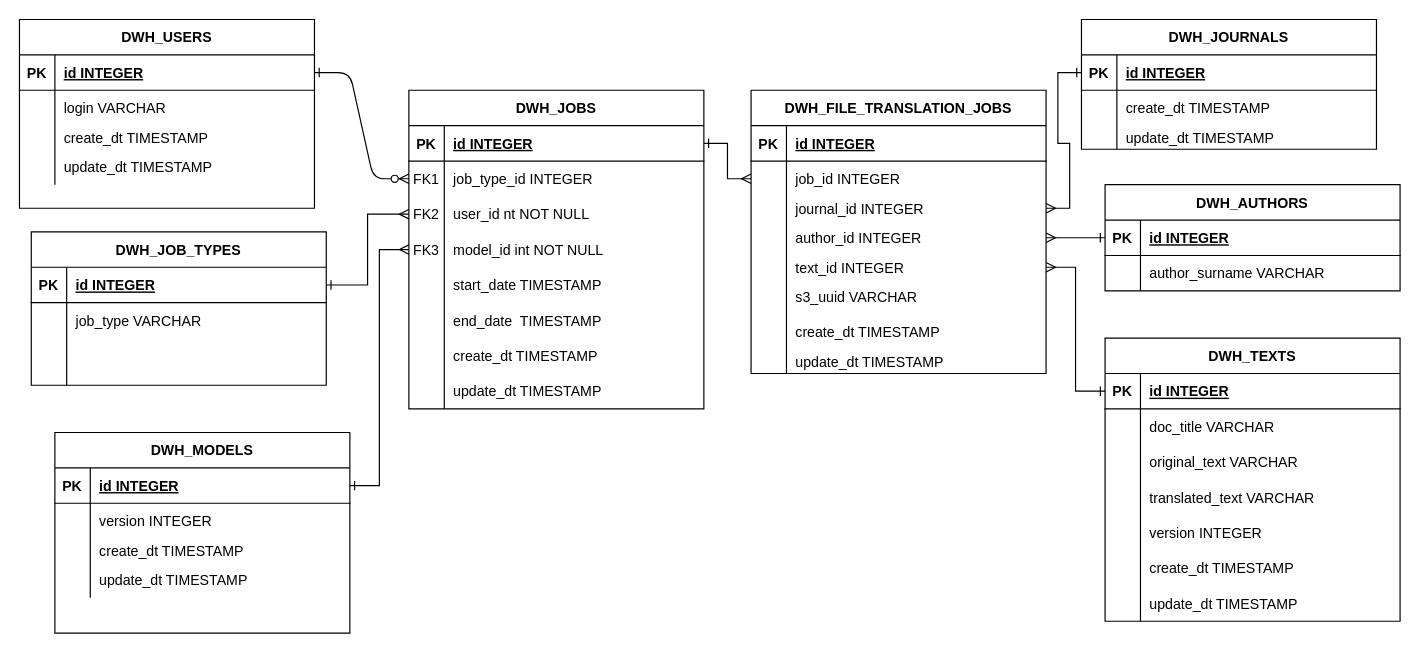
Before: Untitled Diagram.drawio in Dimildizio/system_design, a draw.io diagram. Source tidied: cells renumbered, new cells numbered last; positions are measured from the earlier drawing's top-left corner, leaving out a move shared by most shapes. Both pictures are drawn from the tidied source at 118%, with x=0, y=0 at pixel (19, 19).
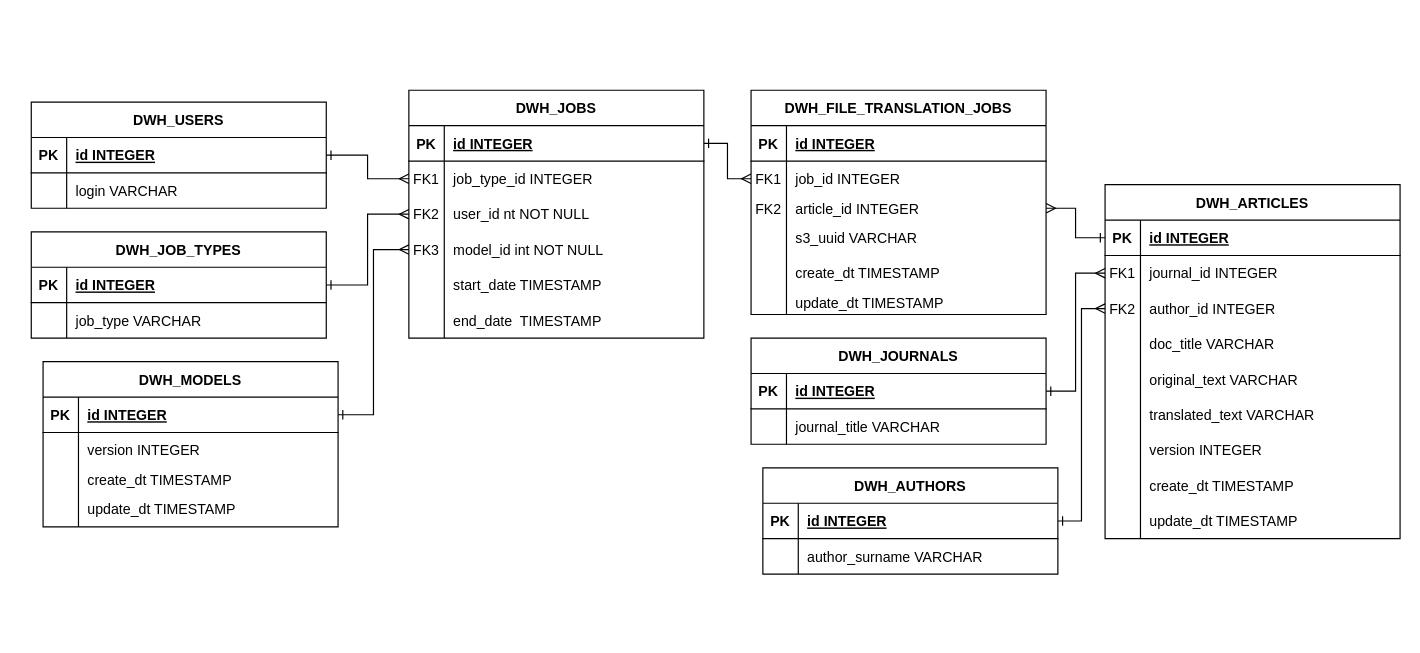
The same diagram, later.

Commit message:
docs(db): update ERD for articles

Unchanged cells that the change refers to:
```xml
<mxCell id="7" style="shape=partialRectangle;fillColor=none;points=[[0,0.5],[1,0.5]];portConstraint=eastwest;top=0;left=0;right=0;bottom=0;" parent="3" vertex="1">
  <mxGeometry y="60" width="250" height="30" as="geometry" />
</mxCell>
<mxCell id="29" style="shape=partialRectangle;fillColor=none;points=[[0,0.5],[1,0.5]];portConstraint=eastwest;top=0;left=0;right=0;bottom=1;" parent="28" vertex="1">
  <mxGeometry y="30" width="250" height="30" as="geometry" />
</mxCell>
<mxCell id="70" style="shape=partialRectangle;fillColor=none;points=[[0,0.5],[1,0.5]];portConstraint=eastwest;top=0;left=0;right=0;bottom=1;" parent="69" vertex="1">
  <mxGeometry y="30" width="250" height="30" as="geometry" />
</mxCell>
<mxCell id="73" style="shape=partialRectangle;fillColor=none;top=0;left=0;right=0;bottom=0;" parent="69" vertex="1">
  <mxGeometry y="60" width="250" height="30" as="geometry" />
</mxCell>
<mxCell id="80" style="shape=partialRectangle;fillColor=none;points=[[0,0.5],[1,0.5]];portConstraint=eastwest;top=0;left=0;right=0;bottom=1;" parent="79" vertex="1">
  <mxGeometry y="30" width="250" height="30" as="geometry" />
</mxCell>
<mxCell id="90" style="shape=partialRectangle;fillColor=none;points=[[0,0.5],[1,0.5]];portConstraint=eastwest;top=0;left=0;right=0;bottom=0;" parent="86" vertex="1">
  <mxGeometry y="60" width="250" height="30" as="geometry" />
</mxCell>
<mxCell id="112" style="shape=partialRectangle;fillColor=none;points=[[0,0.5],[1,0.5]];portConstraint=eastwest;top=0;left=0;right=0;bottom=0;" parent="108" vertex="1">
  <mxGeometry y="60" width="250" height="30" as="geometry" />
</mxCell>
```

The edit, as a diff of the source:
```diff
@@
-    <mxCell id="2" style="edgeStyle=entityRelationEdgeStyle;endArrow=ERzeroToMany;startArrow=ERone;endFill=1;startFill=0;" parent="1" edge="1" source="29" target="7">
-      <mxGeometry relative="1" as="geometry" />
-    </mxCell>
     <mxCell id="3" value="DWH_JOBS" style="shape=table;startSize=30;childLayout=tableLayout;rowLines=0;fontStyle=1;align=center;" parent="1" vertex="1">
-      <mxGeometry x="330" y="60" width="250" height="270" as="geometry" />
+      <mxGeometry x="330" y="60" width="250" height="210" as="geometry" />
     </mxCell>
@@
-    <mxCell id="22" style="shape=partialRectangle;fillColor=none;top=0;left=0;right=0;bottom=0;" parent="3" vertex="1">
-      <mxGeometry y="210" width="250" height="30" as="geometry" />
-    </mxCell>
-    <mxCell id="23" style="shape=partialRectangle;overflow=hidden;fillColor=none;top=0;left=0;bottom=0;right=0;" parent="22" vertex="1">
-      <mxGeometry width="30" height="30" as="geometry" />
-    </mxCell>
-    <mxCell id="24" value="create_dt TIMESTAMP" style="shape=partialRectangle;overflow=hidden;fillColor=none;top=0;left=0;bottom=0;right=0;align=left;spacingLeft=6;" parent="22" vertex="1">
-      <mxGeometry x="30" width="220" height="30" as="geometry" />
-    </mxCell>
-    <mxCell id="25" style="shape=partialRectangle;fillColor=none;top=0;left=0;right=0;bottom=0;" parent="3" vertex="1">
-      <mxGeometry y="240" width="250" height="30" as="geometry" />
-    </mxCell>
-    <mxCell id="26" style="shape=partialRectangle;overflow=hidden;fillColor=none;top=0;left=0;bottom=0;right=0;" parent="25" vertex="1">
-      <mxGeometry width="30" height="30" as="geometry" />
-    </mxCell>
-    <mxCell id="27" value="update_dt TIMESTAMP" style="shape=partialRectangle;overflow=hidden;fillColor=none;top=0;left=0;bottom=0;right=0;align=left;spacingLeft=6;" parent="25" vertex="1">
-      <mxGeometry x="30" width="220" height="30" as="geometry" />
-    </mxCell>
     <mxCell id="28" value="DWH_USERS" style="shape=table;startSize=30;childLayout=tableLayout;rowLines=0;fontStyle=1;align=center;" parent="1" vertex="1">
-      <mxGeometry width="250" height="160" as="geometry" />
+      <mxGeometry x="10" y="70" width="250" height="90" as="geometry" />
     </mxCell>
@@
-    <mxCell id="35" style="shape=partialRectangle;fillColor=none;top=0;left=0;right=0;bottom=0;" parent="28" vertex="1">
-      <mxGeometry y="90" width="250" height="20" as="geometry" />
-    </mxCell>
-    <mxCell id="36" style="shape=partialRectangle;overflow=hidden;fillColor=none;top=0;left=0;bottom=0;right=0;" parent="35" vertex="1">
-      <mxGeometry width="30" height="20" as="geometry" />
-    </mxCell>
-    <mxCell id="37" value="create_dt TIMESTAMP" style="shape=partialRectangle;overflow=hidden;fillColor=none;top=0;left=0;bottom=0;right=0;align=left;spacingLeft=6;" parent="35" vertex="1">
-      <mxGeometry x="30" width="220" height="20" as="geometry" />
-    </mxCell>
-    <mxCell id="38" style="shape=partialRectangle;fillColor=none;top=0;left=0;right=0;bottom=0;" parent="28" vertex="1">
-      <mxGeometry y="110" width="250" height="30" as="geometry" />
-    </mxCell>
-    <mxCell id="39" style="shape=partialRectangle;overflow=hidden;fillColor=none;top=0;left=0;bottom=0;right=0;" parent="38" vertex="1">
-      <mxGeometry width="30" height="30" as="geometry" />
-    </mxCell>
-    <mxCell id="40" value="update_dt TIMESTAMP" style="shape=partialRectangle;overflow=hidden;fillColor=none;top=0;left=0;bottom=0;right=0;align=left;spacingLeft=6;" parent="38" vertex="1">
-      <mxGeometry x="30" width="220" height="30" as="geometry" />
-    </mxCell>
     <mxCell id="41" value="DWH_JOB_TYPES" style="shape=table;startSize=30;childLayout=tableLayout;rowLines=0;fontStyle=1;align=center;" parent="1" vertex="1">
-      <mxGeometry x="10" y="180" width="250" height="130" as="geometry" />
+      <mxGeometry x="10" y="180" width="250" height="90" as="geometry" />
     </mxCell>
@@
-    <mxCell id="48" style="shape=partialRectangle;fillColor=none;top=0;left=0;right=0;bottom=0;" parent="41" vertex="1">
-      <mxGeometry y="90" width="250" height="20" as="geometry" />
-    </mxCell>
-    <mxCell id="49" style="shape=partialRectangle;overflow=hidden;fillColor=none;top=0;left=0;bottom=0;right=0;" parent="48" vertex="1">
-      <mxGeometry width="30" height="20" as="geometry" />
-    </mxCell>
-    <mxCell id="50" style="shape=partialRectangle;overflow=hidden;fillColor=none;top=0;left=0;bottom=0;right=0;align=left;spacingLeft=6;" parent="48" vertex="1">
-      <mxGeometry x="30" width="220" height="20" as="geometry" />
-    </mxCell>
-    <mxCell id="51" style="shape=partialRectangle;fillColor=none;top=0;left=0;right=0;bottom=0;" parent="41" vertex="1">
-      <mxGeometry y="110" width="250" height="20" as="geometry" />
-    </mxCell>
-    <mxCell id="52" style="shape=partialRectangle;overflow=hidden;fillColor=none;top=0;left=0;bottom=0;right=0;" parent="51" vertex="1">
-      <mxGeometry width="30" height="20" as="geometry" />
-    </mxCell>
-    <mxCell id="53" style="shape=partialRectangle;overflow=hidden;fillColor=none;top=0;left=0;bottom=0;right=0;align=left;spacingLeft=6;" parent="51" vertex="1">
-      <mxGeometry x="30" width="220" height="20" as="geometry" />
-    </mxCell>
-    <mxCell id="54" value="DWH_MODELS" style="shape=table;startSize=30;childLayout=tableLayout;rowLines=0;fontStyle=1;align=center;" parent="1" vertex="1">
-      <mxGeometry x="30" y="350" width="250" height="170" as="geometry" />
+    <mxCell id="54" value="DWH_MODELS" style="shape=table;startSize=30;childLayout=tableLayout;rowLines=0;fontStyle=1;align=center;rotation=0;" parent="1" vertex="1">
+      <mxGeometry x="20" y="290" width="250" height="140" as="geometry" />
     </mxCell>
@@
     <mxCell id="69" value="DWH_JOURNALS" style="shape=table;startSize=30;childLayout=tableLayout;rowLines=0;fontStyle=1;align=center;" parent="1" vertex="1">
-      <mxGeometry x="900" width="250" height="110" as="geometry" />
+      <mxGeometry x="620" y="270" width="250" height="90" as="geometry" />
     </mxCell>
@@
-    <mxCell id="75" value="create_dt TIMESTAMP" style="shape=partialRectangle;overflow=hidden;fillColor=none;top=0;left=0;bottom=0;right=0;align=left;spacingLeft=6;" parent="73" vertex="1">
+    <mxCell id="75" value="journal_title VARCHAR" style="shape=partialRectangle;overflow=hidden;fillColor=none;top=0;left=0;bottom=0;right=0;align=left;spacingLeft=6;" parent="73" vertex="1">
       <mxGeometry x="30" width="220" height="30" as="geometry" />
     </mxCell>
-    <mxCell id="76" style="shape=partialRectangle;fillColor=none;top=0;left=0;right=0;bottom=0;" parent="69" vertex="1">
-      <mxGeometry y="90" width="250" height="20" as="geometry" />
-    </mxCell>
-    <mxCell id="77" style="shape=partialRectangle;overflow=hidden;fillColor=none;top=0;left=0;bottom=0;right=0;" parent="76" vertex="1">
-      <mxGeometry width="30" height="20" as="geometry" />
-    </mxCell>
-    <mxCell id="78" value="update_dt TIMESTAMP" style="shape=partialRectangle;overflow=hidden;fillColor=none;top=0;left=0;bottom=0;right=0;align=left;spacingLeft=6;" parent="76" vertex="1">
-      <mxGeometry x="30" width="220" height="20" as="geometry" />
-    </mxCell>
     <mxCell id="79" value="DWH_AUTHORS" style="shape=table;startSize=30;childLayout=tableLayout;rowLines=0;fontStyle=1;align=center;" parent="1" vertex="1">
-      <mxGeometry x="920" y="140" width="250" height="90" as="geometry" />
+      <mxGeometry x="630" y="380" width="250" height="90" as="geometry" />
     </mxCell>
@@
-    <mxCell id="86" value="DWH_TEXTS" style="shape=table;startSize=30;childLayout=tableLayout;rowLines=0;fontStyle=1;align=center;rotation=0;" parent="1" vertex="1">
-      <mxGeometry x="920" y="270" width="250" height="240" as="geometry" />
+    <mxCell id="86" value="DWH_ARTICLES" style="shape=table;startSize=30;childLayout=tableLayout;rowLines=0;fontStyle=1;align=center;rotation=0;" parent="1" vertex="1">
+      <mxGeometry x="920" y="140" width="250" height="300" as="geometry" />
     </mxCell>
@@
-    <mxCell id="91" style="shape=partialRectangle;overflow=hidden;fillColor=none;top=0;left=0;bottom=0;right=0;" parent="90" vertex="1">
+    <mxCell id="91" value="FK1" style="shape=partialRectangle;overflow=hidden;fillColor=none;top=0;left=0;bottom=0;right=0;" parent="90" vertex="1">
       <mxGeometry width="30" height="30" as="geometry" />
     </mxCell>
-    <mxCell id="92" value="doc_title VARCHAR" style="shape=partialRectangle;overflow=hidden;fillColor=none;top=0;left=0;bottom=0;right=0;align=left;spacingLeft=6;" parent="90" vertex="1">
+    <mxCell id="92" value="journal_id INTEGER" style="shape=partialRectangle;overflow=hidden;fillColor=none;top=0;left=0;bottom=0;right=0;align=left;spacingLeft=6;" parent="90" vertex="1">
       <mxGeometry x="30" width="220" height="30" as="geometry" />
     </mxCell>
+    <mxCell id="137" style="shape=partialRectangle;fillColor=none;points=[[0,0.5],[1,0.5]];portConstraint=eastwest;top=0;left=0;right=0;bottom=0;" parent="86" vertex="1">
+      <mxGeometry y="90" width="250" height="30" as="geometry" />
+    </mxCell>
+    <mxCell id="138" value="FK2" style="shape=partialRectangle;overflow=hidden;fillColor=none;top=0;left=0;bottom=0;right=0;" parent="137" vertex="1">
+      <mxGeometry width="30" height="30" as="geometry" />
+    </mxCell>
+    <mxCell id="120" value="author_id INTEGER" style="shape=partialRectangle;overflow=hidden;fillColor=none;top=0;left=0;bottom=0;right=0;align=left;spacingLeft=6;" parent="137" vertex="1">
+      <mxGeometry x="30" width="220" height="30" as="geometry" />
+    </mxCell>
+    <mxCell id="139" style="shape=partialRectangle;fillColor=none;top=0;left=0;right=0;bottom=0;" parent="86" vertex="1">
+      <mxGeometry y="120" width="250" height="30" as="geometry" />
+    </mxCell>
+    <mxCell id="140" style="shape=partialRectangle;overflow=hidden;fillColor=none;top=0;left=0;bottom=0;right=0;" parent="139" vertex="1">
+      <mxGeometry width="30" height="30" as="geometry" />
+    </mxCell>
+    <mxCell id="141" value="doc_title VARCHAR" style="shape=partialRectangle;overflow=hidden;fillColor=none;top=0;left=0;bottom=0;right=0;align=left;spacingLeft=6;" parent="139" vertex="1">
+      <mxGeometry x="30" width="220" height="30" as="geometry" />
+    </mxCell>
     <mxCell id="93" style="shape=partialRectangle;fillColor=none;top=0;left=0;right=0;bottom=0;" parent="86" vertex="1">
-      <mxGeometry y="90" width="250" height="30" as="geometry" />
+      <mxGeometry y="150" width="250" height="30" as="geometry" />
     </mxCell>
@@
     <mxCell id="96" style="shape=partialRectangle;fillColor=none;top=0;left=0;right=0;bottom=0;" parent="86" vertex="1">
-      <mxGeometry y="120" width="250" height="30" as="geometry" />
+      <mxGeometry y="180" width="250" height="30" as="geometry" />
     </mxCell>
@@
     <mxCell id="99" style="shape=partialRectangle;fillColor=none;top=0;left=0;right=0;bottom=0;" parent="86" vertex="1">
-      <mxGeometry y="150" width="250" height="30" as="geometry" />
+      <mxGeometry y="210" width="250" height="30" as="geometry" />
     </mxCell>
@@
     <mxCell id="102" style="shape=partialRectangle;fillColor=none;top=0;left=0;right=0;bottom=0;" parent="86" vertex="1">
-      <mxGeometry y="180" width="250" height="30" as="geometry" />
+      <mxGeometry y="240" width="250" height="30" as="geometry" />
     </mxCell>
@@
     <mxCell id="105" style="shape=partialRectangle;fillColor=none;top=0;left=0;right=0;bottom=0;" parent="86" vertex="1">
-      <mxGeometry y="210" width="250" height="30" as="geometry" />
+      <mxGeometry y="270" width="250" height="30" as="geometry" />
     </mxCell>
@@
     <mxCell id="108" value="DWH_FILE_TRANSLATION_JOBS" style="shape=table;startSize=30;childLayout=tableLayout;rowLines=0;fontStyle=1;align=center;" parent="1" vertex="1">
-      <mxGeometry x="620" y="60" width="250" height="240" as="geometry" />
+      <mxGeometry x="620" y="60" width="250" height="190" as="geometry" />
     </mxCell>
@@
-    <mxCell id="113" style="shape=partialRectangle;overflow=hidden;fillColor=none;top=0;left=0;bottom=0;right=0;" parent="112" vertex="1">
+    <mxCell id="113" value="FK1" style="shape=partialRectangle;overflow=hidden;fillColor=none;top=0;left=0;bottom=0;right=0;" parent="112" vertex="1">
       <mxGeometry width="30" height="30" as="geometry" />
     </mxCell>
@@
-    <mxCell id="115" style="shape=partialRectangle;fillColor=none;points=[[0,0.5],[1,0.5]];portConstraint=eastwest;top=0;left=0;right=0;bottom=0;" parent="108" vertex="1">
-      <mxGeometry y="90" width="250" height="20" as="geometry" />
-    </mxCell>
-    <mxCell id="116" style="shape=partialRectangle;overflow=hidden;fillColor=none;top=0;left=0;bottom=0;right=0;" parent="115" vertex="1">
-      <mxGeometry width="30" height="20" as="geometry" />
-    </mxCell>
-    <mxCell id="117" value="journal_id INTEGER" style="shape=partialRectangle;overflow=hidden;fillColor=none;top=0;left=0;bottom=0;right=0;align=left;spacingLeft=6;" parent="115" vertex="1">
-      <mxGeometry x="30" width="220" height="20" as="geometry" />
-    </mxCell>
-    <mxCell id="118" style="shape=partialRectangle;fillColor=none;points=[[0,0.5],[1,0.5]];portConstraint=eastwest;top=0;left=0;right=0;bottom=0;" parent="108" vertex="1">
-      <mxGeometry y="110" width="250" height="30" as="geometry" />
-    </mxCell>
-    <mxCell id="119" style="shape=partialRectangle;overflow=hidden;fillColor=none;top=0;left=0;bottom=0;right=0;" parent="118" vertex="1">
-      <mxGeometry width="30" height="30" as="geometry" />
-    </mxCell>
-    <mxCell id="120" value="author_id INTEGER" style="shape=partialRectangle;overflow=hidden;fillColor=none;top=0;left=0;bottom=0;right=0;align=left;spacingLeft=6;" parent="118" vertex="1">
-      <mxGeometry x="30" width="220" height="30" as="geometry" />
-    </mxCell>
     <mxCell id="121" style="shape=partialRectangle;fillColor=none;points=[[0,0.5],[1,0.5]];portConstraint=eastwest;top=0;left=0;right=0;bottom=0;" parent="108" vertex="1">
-      <mxGeometry y="140" width="250" height="20" as="geometry" />
+      <mxGeometry y="90" width="250" height="20" as="geometry" />
     </mxCell>
-    <mxCell id="122" style="shape=partialRectangle;overflow=hidden;fillColor=none;top=0;left=0;bottom=0;right=0;" parent="121" vertex="1">
+    <mxCell id="122" value="FK2" style="shape=partialRectangle;overflow=hidden;fillColor=none;top=0;left=0;bottom=0;right=0;" parent="121" vertex="1">
       <mxGeometry width="30" height="20" as="geometry" />
     </mxCell>
-    <mxCell id="123" value="text_id INTEGER" style="shape=partialRectangle;overflow=hidden;fillColor=none;top=0;left=0;bottom=0;right=0;align=left;spacingLeft=6;" parent="121" vertex="1">
+    <mxCell id="123" value="article_id INTEGER" style="shape=partialRectangle;overflow=hidden;fillColor=none;top=0;left=0;bottom=0;right=0;align=left;spacingLeft=6;" parent="121" vertex="1">
       <mxGeometry x="30" width="220" height="20" as="geometry" />
     </mxCell>
     <mxCell id="124" style="shape=partialRectangle;fillColor=none;top=0;left=0;right=0;bottom=0;" parent="108" vertex="1">
-      <mxGeometry y="160" width="250" height="30" as="geometry" />
+      <mxGeometry y="110" width="250" height="30" as="geometry" />
     </mxCell>
@@
     <mxCell id="127" style="shape=partialRectangle;fillColor=none;top=0;left=0;right=0;bottom=0;" parent="108" vertex="1">
-      <mxGeometry y="190" width="250" height="30" as="geometry" />
+      <mxGeometry y="140" width="250" height="30" as="geometry" />
     </mxCell>
@@
     <mxCell id="130" style="shape=partialRectangle;fillColor=none;top=0;left=0;right=0;bottom=0;" parent="108" vertex="1">
-      <mxGeometry y="220" width="250" height="20" as="geometry" />
+      <mxGeometry y="170" width="250" height="20" as="geometry" />
     </mxCell>
@@
-    <mxCell id="134" style="edgeStyle=orthogonalEdgeStyle;rounded=0;jettySize=auto;html=1;exitX=0;exitY=0.5;exitDx=0;exitDy=0;entryX=1;entryY=0.5;entryDx=0;entryDy=0;endArrow=ERmany;endFill=0;startArrow=ERone;startFill=0;" parent="1" edge="1" source="70" target="115">
-      <mxGeometry relative="1" as="geometry" />
-    </mxCell>
-    <mxCell id="135" style="edgeStyle=orthogonalEdgeStyle;rounded=0;jettySize=auto;html=1;exitX=0;exitY=0.5;exitDx=0;exitDy=0;endArrow=ERmany;endFill=0;startArrow=ERone;startFill=0;" parent="1" edge="1" source="80" target="118">
-      <mxGeometry relative="1" as="geometry" />
-    </mxCell>
@@
+    <mxCell id="142" style="edgeStyle=orthogonalEdgeStyle;rounded=0;jettySize=auto;html=1;exitX=1;exitY=0.5;exitDx=0;exitDy=0;entryX=0;entryY=0.5;entryDx=0;entryDy=0;endArrow=ERmany;endFill=0;startArrow=ERone;startFill=0;" parent="1" edge="1" source="80" target="137">
+      <mxGeometry relative="1" as="geometry" />
+    </mxCell>
+    <mxCell id="143" style="edgeStyle=orthogonalEdgeStyle;rounded=0;jettySize=auto;html=1;exitX=1;exitY=0.5;exitDx=0;exitDy=0;entryX=0;entryY=0.5;entryDx=0;entryDy=0;endArrow=ERmany;endFill=0;startArrow=ERone;startFill=0;" parent="1" edge="1" source="70" target="90">
+      <mxGeometry relative="1" as="geometry" />
+    </mxCell>
+    <mxCell id="2" style="edgeStyle=orthogonalEdgeStyle;rounded=0;jettySize=auto;html=1;exitX=1;exitY=0.5;exitDx=0;exitDy=0;entryX=0;entryY=0.5;entryDx=0;entryDy=0;endArrow=ERmany;endFill=0;startArrow=ERone;startFill=0;" parent="1" edge="1" source="29" target="7">
+      <mxGeometry relative="1" as="geometry" />
+    </mxCell>
```
